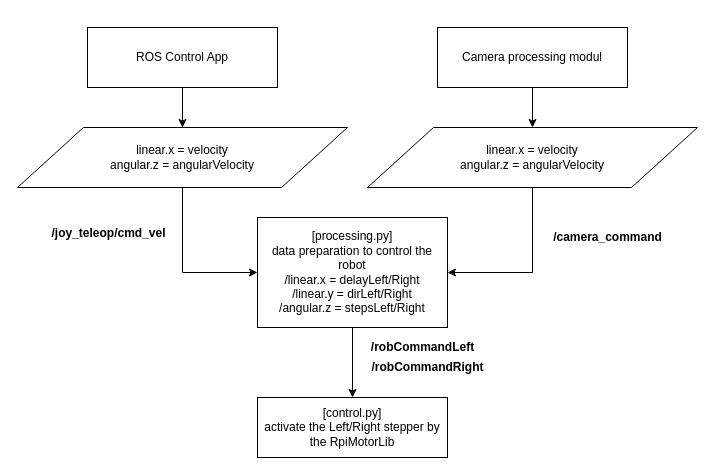
This is concept.drawio from u64c/robot_control, a draw.io file, before an edit. Source tidied: cells renumbered, new cells numbered last; positions are measured from the earlier drawing's top-left corner, leaving out a move shared by most shapes. Both pictures are drawn from the tidied source at 100%, with x=0, y=0 at pixel (17, 27).
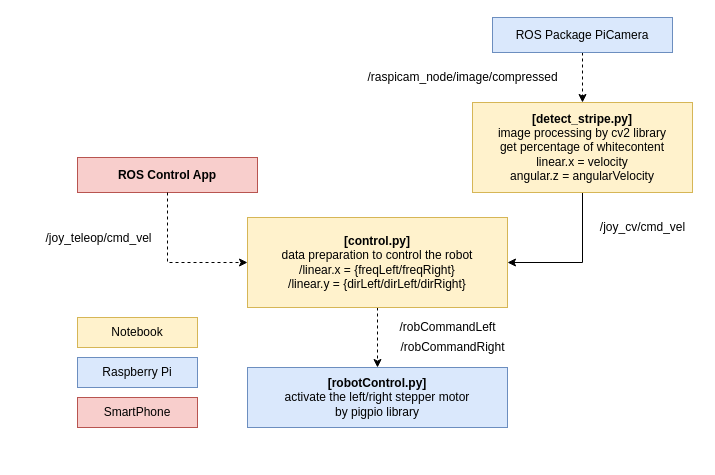
The same page after the edit.

What changed in the source:
```diff
@@
 <mxGraphModel>
   <root>
     <mxCell id="0" />
     <mxCell id="1" parent="0" />
-    <mxCell id="2" style="edgeStyle=orthogonalEdgeStyle;rounded=0;jettySize=auto;html=1;" parent="1" edge="1" source="3" target="8">
-      <mxGeometry relative="1" as="geometry" />
-    </mxCell>
-    <mxCell id="3" value="ROS Control App" style="rounded=0;whiteSpace=wrap;html=1;" parent="1" vertex="1">
-      <mxGeometry x="70" width="190" height="60" as="geometry" />
+    <mxCell id="3" value="&lt;b&gt;ROS Control App&lt;/b&gt;" style="rounded=0;whiteSpace=wrap;html=1;fillColor=#f8cecc;strokeColor=#b85450;" parent="1" vertex="1">
+      <mxGeometry x="60" y="130" width="180" height="35" as="geometry" />
     </mxCell>
-    <mxCell id="4" style="edgeStyle=orthogonalEdgeStyle;rounded=0;jettySize=auto;html=1;" parent="1" edge="1" source="5" target="10">
-      <mxGeometry relative="1" as="geometry" />
-    </mxCell>
+    <mxCell id="17" style="edgeStyle=orthogonalEdgeStyle;rounded=0;jettySize=auto;html=1;entryX=1;entryY=0.5;entryDx=0;entryDy=0;" parent="1" edge="1" source="5" target="12">
+      <mxGeometry relative="1" as="geometry" />
+    </mxCell>
-    <mxCell id="5" value="Camera processing modul" style="rounded=0;whiteSpace=wrap;html=1;" parent="1" vertex="1">
-      <mxGeometry x="420" width="190" height="60" as="geometry" />
+    <mxCell id="5" value="&lt;div&gt;&lt;b&gt;[detect_stripe.py]&lt;/b&gt;&lt;/div&gt;&lt;div&gt;image processing by cv2 library&lt;br&gt;get percentage of whitecontent&lt;br&gt;&lt;/div&gt;&lt;div&gt;linear.x = velocity&lt;br&gt;angular.z = angularVelocity&lt;/div&gt;" style="rounded=0;whiteSpace=wrap;html=1;fillColor=#fff2cc;strokeColor=#d6b656;" parent="1" vertex="1">
+      <mxGeometry x="455" y="75" width="220" height="90" as="geometry" />
     </mxCell>
-    <mxCell id="6" style="edgeStyle=orthogonalEdgeStyle;rounded=0;jettySize=auto;html=1;exitX=0.5;exitY=1;exitDx=0;exitDy=0;entryX=0;entryY=0.5;entryDx=0;entryDy=0;" parent="1" edge="1" source="8" target="12">
+    <mxCell id="6" style="edgeStyle=orthogonalEdgeStyle;rounded=0;jettySize=auto;html=1;entryX=0;entryY=0.5;entryDx=0;entryDy=0;dashed=1;" parent="1" edge="1" source="3" target="12">
       <mxGeometry relative="1" as="geometry" />
     </mxCell>
-    <mxCell id="7" value="&lt;b&gt;/joy_teleop/cmd_vel&lt;/b&gt;" style="text;html=1;align=center;verticalAlign=middle;labelBackgroundColor=#ffffff;" parent="6" vertex="1">
+    <mxCell id="7" value="/joy_teleop/cmd_vel" style="text;html=1;align=center;verticalAlign=middle;labelBackgroundColor=#ffffff;" parent="6" vertex="1">
       <mxGeometry x="-0.28" y="1" relative="1" as="geometry">
-        <mxPoint x="-76" y="-13" as="offset" />
+        <mxPoint x="-71" y="-8.8" as="offset" />
       </mxGeometry>
     </mxCell>
-    <mxCell id="8" value="linear.x = velocity&lt;br&gt;angular.z = angularVelocity" style="shape=parallelogram;perimeter=parallelogramPerimeter;whiteSpace=wrap;html=1;" parent="1" vertex="1">
-      <mxGeometry y="100" width="330" height="60" as="geometry" />
-    </mxCell>
-    <mxCell id="9" style="edgeStyle=orthogonalEdgeStyle;rounded=0;jettySize=auto;html=1;exitX=0.5;exitY=1;exitDx=0;exitDy=0;entryX=1;entryY=0.5;entryDx=0;entryDy=0;" parent="1" edge="1" source="10" target="12">
-      <mxGeometry relative="1" as="geometry" />
-    </mxCell>
-    <mxCell id="10" value="linear.x = velocity&lt;br&gt;angular.z = angularVelocity" style="shape=parallelogram;perimeter=parallelogramPerimeter;whiteSpace=wrap;html=1;" parent="1" vertex="1">
-      <mxGeometry x="350" y="100" width="330" height="60" as="geometry" />
-    </mxCell>
-    <mxCell id="11" style="edgeStyle=orthogonalEdgeStyle;rounded=0;jettySize=auto;html=1;" parent="1" edge="1" source="12" target="13">
+    <mxCell id="11" style="edgeStyle=orthogonalEdgeStyle;rounded=0;jettySize=auto;html=1;dashed=1;" parent="1" edge="1" source="12" target="13">
       <mxGeometry relative="1" as="geometry" />
     </mxCell>
-    <mxCell id="12" value="&lt;div&gt;[processing.py]&lt;/div&gt;&lt;div&gt;data preparation to control the robot&lt;br&gt;/linear.x = delayLeft/Right&lt;br&gt;/linear.y = dirLeft/Right&lt;br&gt;/angular.z = stepsLeft/Right&lt;br&gt;&lt;/div&gt;" style="rounded=0;whiteSpace=wrap;html=1;" parent="1" vertex="1">
-      <mxGeometry x="240" y="190" width="190" height="110" as="geometry" />
+    <mxCell id="12" value="&lt;div&gt;&lt;b&gt;[control.py]&lt;/b&gt;&lt;/div&gt;&lt;div&gt;data preparation to control the robot&lt;br&gt;/linear.x = {freqLeft/freqRight}&lt;br&gt;/linear.y = {dirLeft/dirLeft/dirRight}&lt;br&gt;&lt;/div&gt;" style="rounded=0;whiteSpace=wrap;html=1;fillColor=#fff2cc;strokeColor=#d6b656;" parent="1" vertex="1">
+      <mxGeometry x="230" y="190" width="260" height="90" as="geometry" />
     </mxCell>
-    <mxCell id="13" value="&lt;div&gt;[control.py]&lt;/div&gt;&lt;div&gt;activate the Left/Right stepper by the RpiMotorLib&lt;br&gt;&lt;/div&gt;" style="rounded=0;whiteSpace=wrap;html=1;" parent="1" vertex="1">
-      <mxGeometry x="240" y="370" width="190" height="60" as="geometry" />
+    <mxCell id="13" value="&lt;div&gt;&lt;b&gt;[robotControl.py]&lt;/b&gt;&lt;/div&gt;&lt;div&gt;activate the left/right stepper motor &lt;br&gt;by pigpio library&lt;br&gt;&lt;/div&gt;" style="rounded=0;whiteSpace=wrap;html=1;fillColor=#dae8fc;strokeColor=#6c8ebf;" parent="1" vertex="1">
+      <mxGeometry x="230" y="340" width="260" height="60" as="geometry" />
     </mxCell>
-    <mxCell id="14" value="&lt;b&gt;/camera_command&lt;/b&gt;" style="text;html=1;align=center;verticalAlign=middle;" parent="1" vertex="1">
-      <mxGeometry x="520" y="200" width="140" height="20" as="geometry" />
+    <mxCell id="14" value="/joy_cv/cmd_vel" style="text;html=1;align=center;verticalAlign=middle;" parent="1" vertex="1">
+      <mxGeometry x="570" y="190" width="110" height="20" as="geometry" />
     </mxCell>
-    <mxCell id="15" value="&lt;b&gt;/robCommandLeft&lt;/b&gt;" style="text;html=1;align=center;verticalAlign=middle;" parent="1" vertex="1">
-      <mxGeometry x="335" y="310" width="140" height="20" as="geometry" />
+    <mxCell id="15" value="/robCommandLeft" style="text;html=1;align=center;verticalAlign=middle;" parent="1" vertex="1">
+      <mxGeometry x="365" y="290" width="130" height="20" as="geometry" />
     </mxCell>
-    <mxCell id="16" value="&lt;b&gt;/robCommandRight&lt;/b&gt;" style="text;html=1;align=center;verticalAlign=middle;" parent="1" vertex="1">
-      <mxGeometry x="335" y="330" width="150" height="20" as="geometry" />
+    <mxCell id="16" value="/robCommandRight" style="text;html=1;align=center;verticalAlign=middle;" parent="1" vertex="1">
+      <mxGeometry x="365" y="310" width="140" height="20" as="geometry" />
     </mxCell>
+    <mxCell id="18" style="edgeStyle=orthogonalEdgeStyle;rounded=0;jettySize=auto;html=1;dashed=1;" parent="1" edge="1" source="19" target="5">
+      <mxGeometry relative="1" as="geometry" />
+    </mxCell>
+    <mxCell id="19" value="ROS Package PiCamera" style="rounded=0;whiteSpace=wrap;html=1;fillColor=#dae8fc;strokeColor=#6c8ebf;" parent="1" vertex="1">
+      <mxGeometry x="475" y="-10" width="180" height="35" as="geometry" />
+    </mxCell>
+    <mxCell id="20" value="/raspicam_node/image/compressed" style="text;html=1;align=center;verticalAlign=middle;" parent="1" vertex="1">
+      <mxGeometry x="330" y="40" width="230" height="20" as="geometry" />
+    </mxCell>
+    <mxCell id="21" value="&lt;div&gt;SmartPhone&lt;/div&gt;" style="rounded=0;whiteSpace=wrap;html=1;fillColor=#f8cecc;strokeColor=#b85450;" parent="1" vertex="1">
+      <mxGeometry x="60" y="370" width="120" height="30" as="geometry" />
+    </mxCell>
+    <mxCell id="22" value="&lt;div&gt;Notebook&lt;/div&gt;" style="rounded=0;whiteSpace=wrap;html=1;fillColor=#fff2cc;strokeColor=#d6b656;" parent="1" vertex="1">
+      <mxGeometry x="60" y="290" width="120" height="30" as="geometry" />
+    </mxCell>
+    <mxCell id="23" value="Raspberry Pi" style="rounded=0;whiteSpace=wrap;html=1;fillColor=#dae8fc;strokeColor=#6c8ebf;" parent="1" vertex="1">
+      <mxGeometry x="60" y="330" width="120" height="30" as="geometry" />
+    </mxCell>
   </root>
 </mxGraphModel>
```
